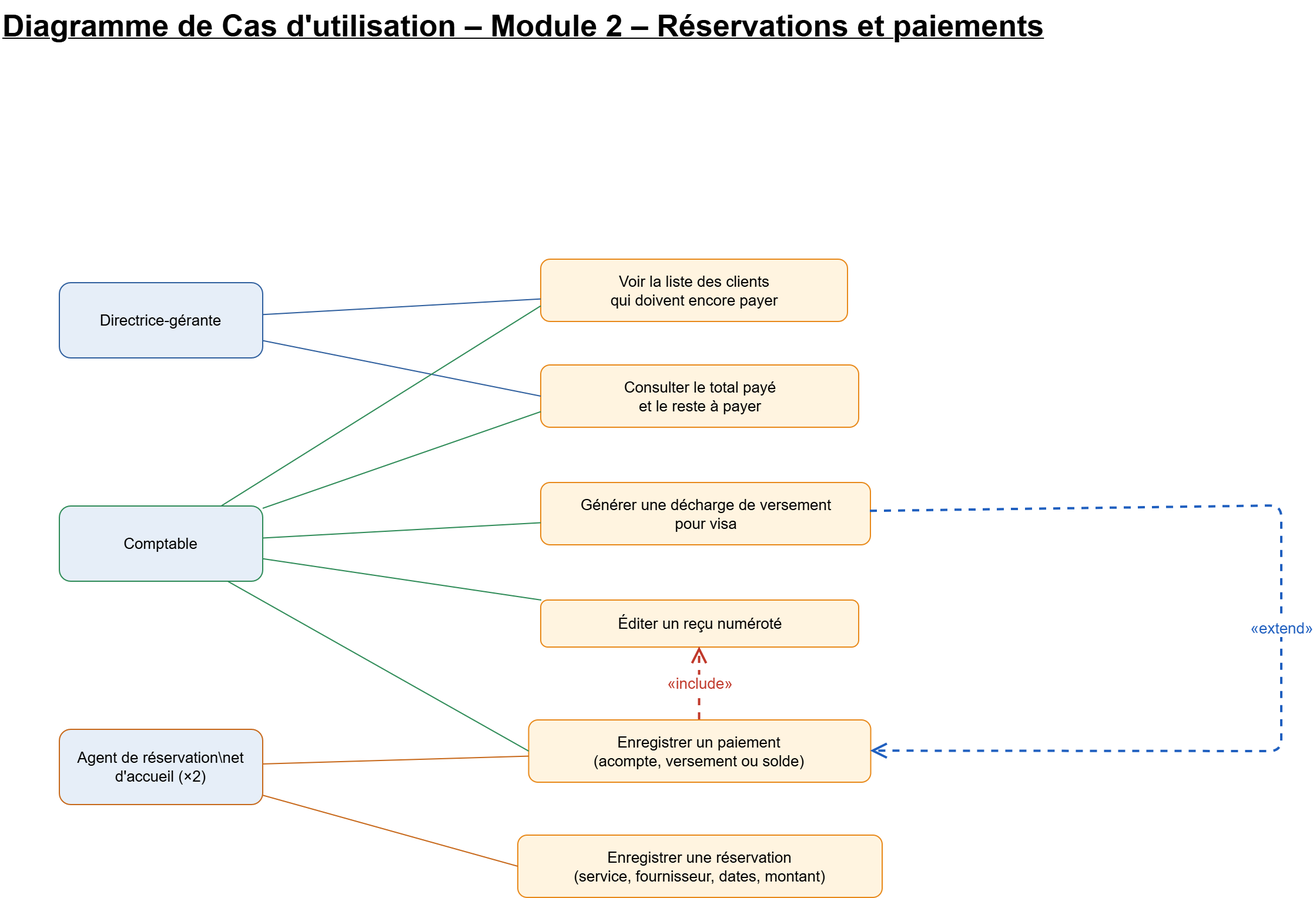
Before: modelisation/Diagramme de cas_utilisation_module2_reservations_paiements.png, a diagram exported from draw.io (Desire6893/agence-de-voyage). Source tidied: cells renumbered, new cells last; positions are measured from the earlier drawing's top-left corner, leaving out a move shared by most shapes.
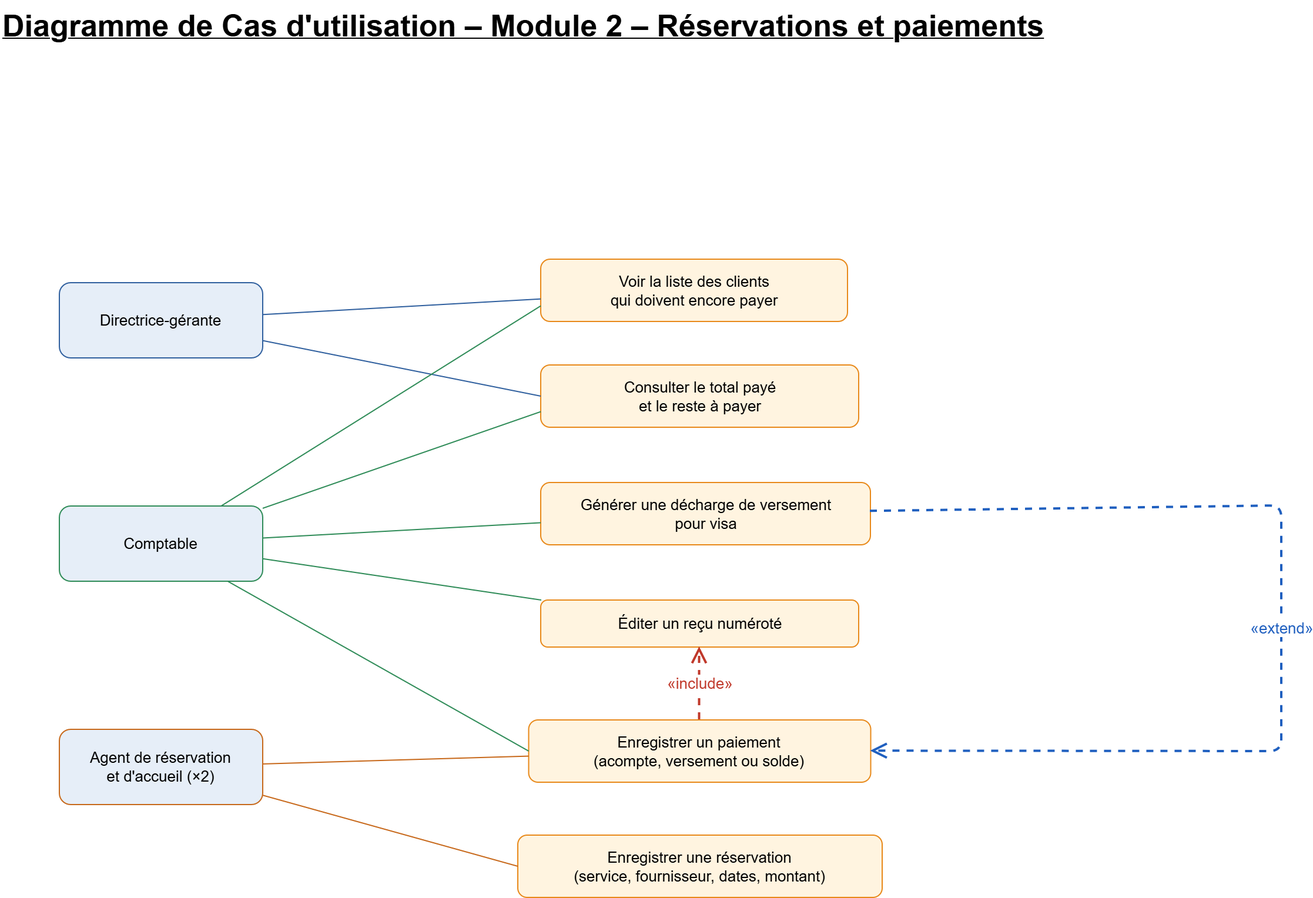
The same file after the commit.

What changed in the source:
```diff
@@ -26,7 +26,7 @@
     <mxCell id="9" value="Directrice-gérante" style="rounded=1;whiteSpace=wrap;html=1;fillColor=#E6EEF8;strokeColor=#2F5F9E;fontSize=13;" parent="1" vertex="1">
       <mxGeometry x="50" y="240" width="173" height="64" as="geometry" />
     </mxCell>
-    <mxCell id="10" value="Agent de réservation\net d'accueil (×2)" style="rounded=1;whiteSpace=wrap;html=1;fillColor=#E6EEF8;strokeColor=#C7681A;fontSize=13;" parent="1" vertex="1">
+    <mxCell id="10" value="Agent de réservation&lt;br&gt;et d'accueil (×2)" style="rounded=1;whiteSpace=wrap;html=1;fillColor=#E6EEF8;strokeColor=#C7681A;fontSize=13;" parent="1" vertex="1">
       <mxGeometry x="50" y="620" width="173" height="64" as="geometry" />
     </mxCell>
     <mxCell id="11" value="Comptable" style="rounded=1;whiteSpace=wrap;html=1;fillColor=#E6EEF8;strokeColor=#2E8B57;fontSize=13;" parent="1" vertex="1">
```
